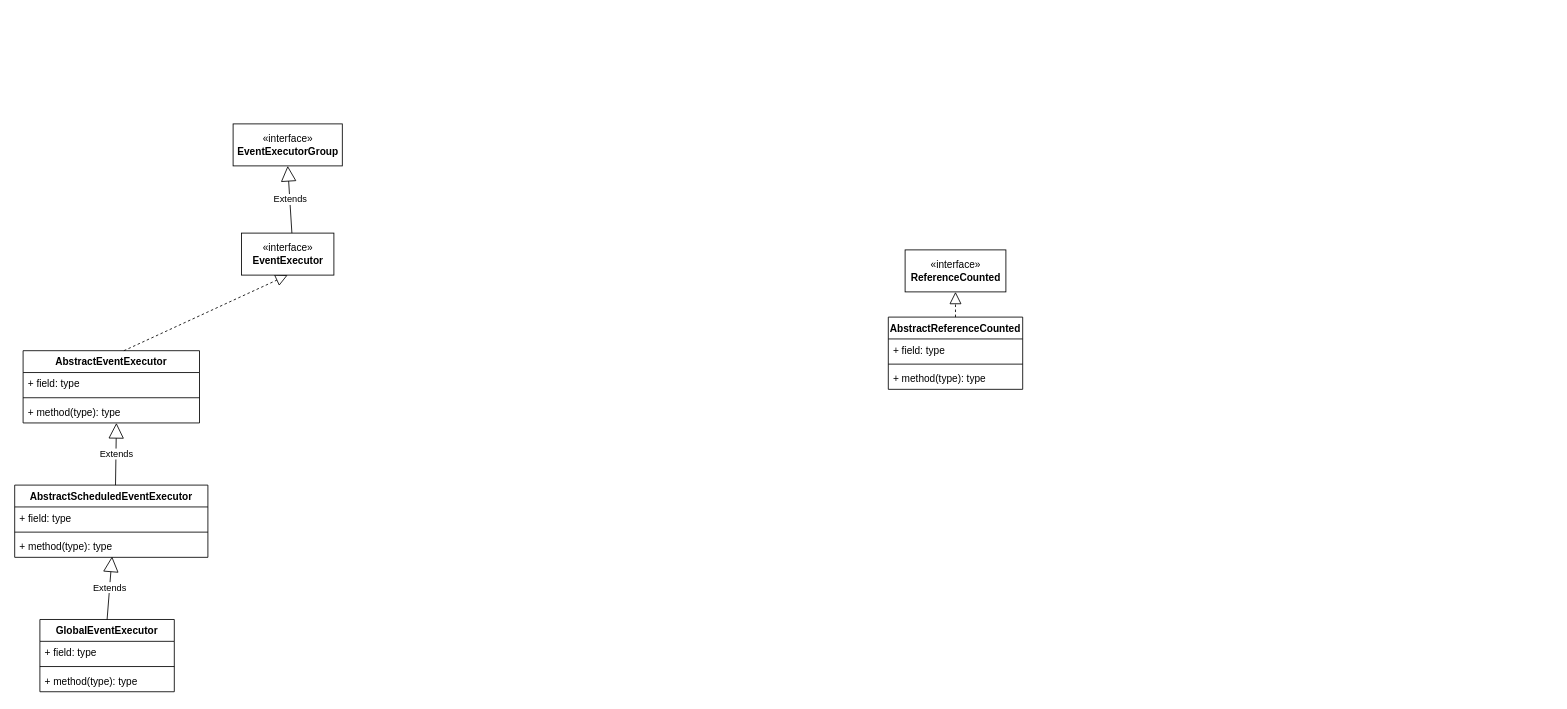
The draw.io diagram page "util" (6 of 6) of Netty.drawio in tadsimons/draw, before the edit. Source tidied: cells renumbered, new cells numbered last; positions are measured from the earlier drawing's top-left corner, leaving out a move shared by most shapes. Both pictures are drawn from the tidied source at 84%, with x=0, y=0 at pixel (14, 123).
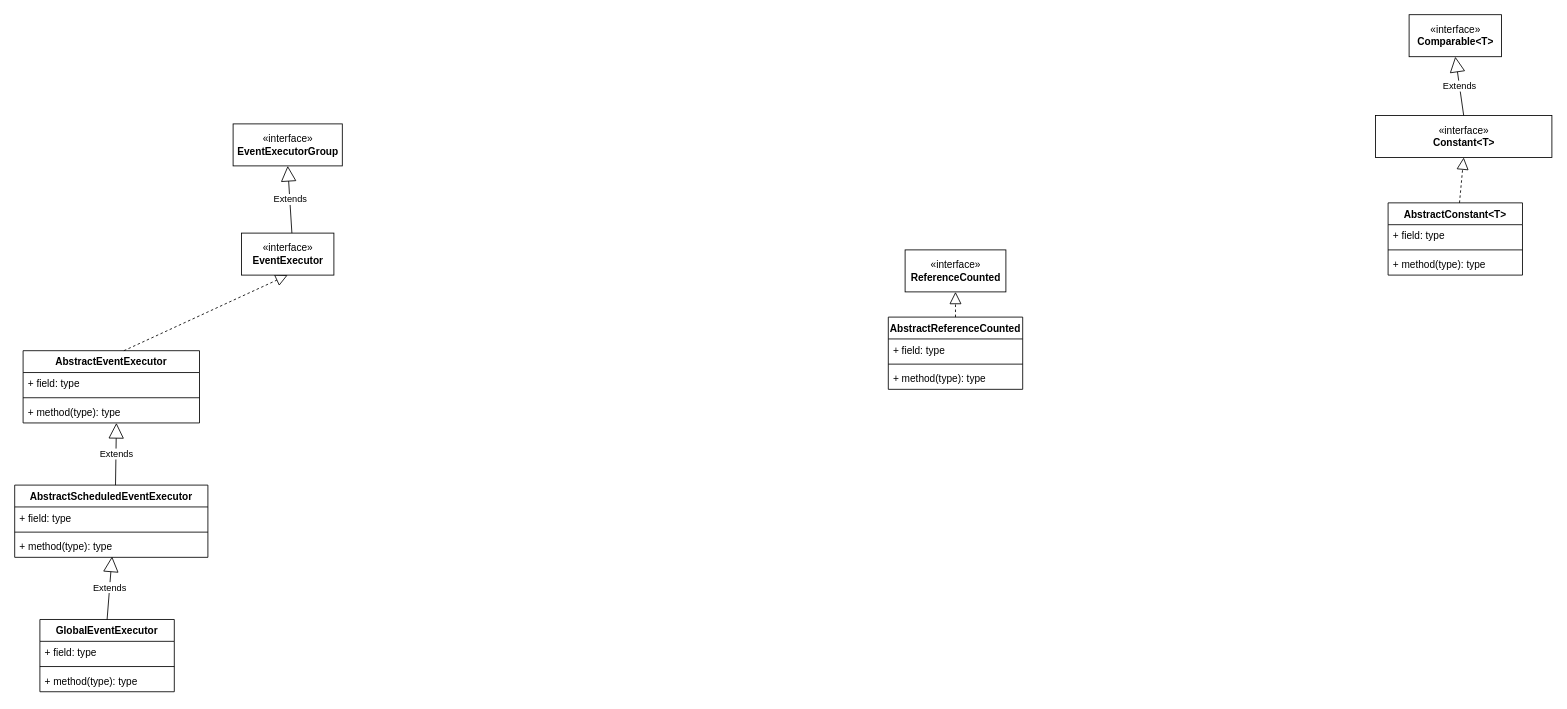
Above is the later version.

Diff of the diagram source:
```diff
@@
+    <mxCell id="26" value="«interface»&lt;br&gt;&lt;b&gt;Constant&amp;lt;T&amp;gt;&lt;/b&gt;" style="html=1;fillColor=#FFFFFF;" parent="1" vertex="1">
+      <mxGeometry x="1620" y="-10" width="210" height="50" as="geometry" />
+    </mxCell>
+    <mxCell id="27" value="«interface»&lt;br&gt;&lt;b&gt;Comparable&amp;lt;T&amp;gt;&lt;/b&gt;" style="html=1;fillColor=#FFFFFF;" parent="1" vertex="1">
+      <mxGeometry x="1660" y="-130" width="110" height="50" as="geometry" />
+    </mxCell>
+    <mxCell id="28" value="Extends" style="endArrow=block;endSize=16;endFill=0;html=1;entryX=0.5;entryY=1;entryDx=0;entryDy=0;exitX=0.5;exitY=0;exitDx=0;exitDy=0;" parent="1" edge="1" source="26" target="27">
+      <mxGeometry relative="1" as="geometry" />
+    </mxCell>
+    <mxCell id="29" value="AbstractConstant&lt;T&gt;" style="swimlane;fontStyle=1;align=center;verticalAlign=top;horizontal=1;startSize=26;fillColor=#FFFFFF;" parent="1" vertex="1">
+      <mxGeometry x="1635" y="94" width="160" height="86" as="geometry" />
+    </mxCell>
+    <mxCell id="30" style="endArrow=block;dashed=1;endFill=0;endSize=12;html=1;entryX=0.5;entryY=1;entryDx=0;entryDy=0;" parent="29" edge="1" target="26">
+      <mxGeometry relative="1" as="geometry">
+        <mxPoint x="85" as="sourcePoint" />
+      </mxGeometry>
+    </mxCell>
+    <mxCell id="31" value="+ field: type" style="text;strokeColor=none;fillColor=none;align=left;verticalAlign=top;spacingLeft=4;spacingRight=4;overflow=hidden;" parent="29" vertex="1">
+      <mxGeometry y="26" width="160" height="26" as="geometry" />
+    </mxCell>
+    <mxCell id="32" style="line;strokeWidth=1;fillColor=none;align=left;verticalAlign=middle;spacingTop=-1;spacingLeft=3;spacingRight=3;labelPosition=right;" parent="29" vertex="1">
+      <mxGeometry y="52" width="160" height="8" as="geometry" />
+    </mxCell>
+    <mxCell id="33" value="+ method(type): type" style="text;strokeColor=none;fillColor=none;align=left;verticalAlign=top;spacingLeft=4;spacingRight=4;overflow=hidden;" parent="29" vertex="1">
+      <mxGeometry y="60" width="160" height="26" as="geometry" />
+    </mxCell>
```
